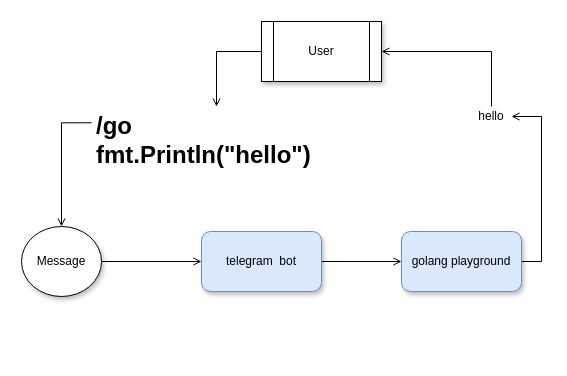
Above: golangbot.drawio in abserari/draw.io (draw.io), before the change. Source tidied: cells renumbered, new cells numbered last; positions are measured from the earlier drawing's top-left corner, leaving out a move shared by most shapes. Both pictures are drawn from the tidied source at 100%, with x=0, y=0 at pixel (21, 21).
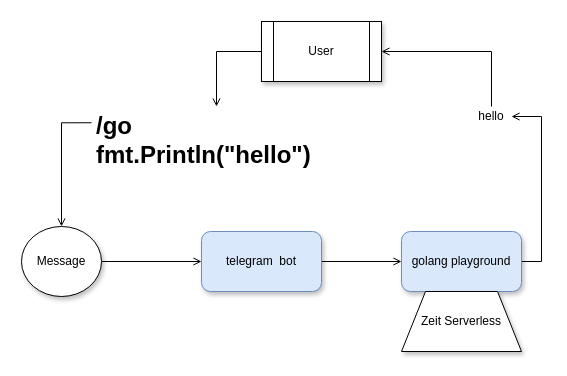
The same diagram, later.

Change to the diagram source:
```diff
@@
 <mxGraphModel>
   <root>
     <mxCell id="0" />
     <mxCell id="1" parent="0" />
     <mxCell id="2" style="edgeStyle=orthogonalEdgeStyle;rounded=0;jettySize=auto;html=1;endArrow=open;endFill=0;" parent="1" edge="1" source="3" target="5">
       <mxGeometry relative="1" as="geometry" />
     </mxCell>
     <mxCell id="3" value="telegram&amp;nbsp; bot" style="rounded=1;whiteSpace=wrap;html=1;fillColor=#dae8fc;strokeColor=#6c8ebf;shadow=1;comic=0;" parent="1" vertex="1">
       <mxGeometry x="180" y="210" width="120" height="60" as="geometry" />
     </mxCell>
     <mxCell id="4" style="edgeStyle=orthogonalEdgeStyle;rounded=0;jettySize=auto;html=1;exitX=1;exitY=0.5;exitDx=0;exitDy=0;endArrow=open;endFill=0;entryX=1;entryY=0.5;entryDx=0;entryDy=0;" parent="1" edge="1" source="5" target="13">
       <mxGeometry relative="1" as="geometry" />
     </mxCell>
     <mxCell id="5" value="golang playground" style="rounded=1;whiteSpace=wrap;html=1;fillColor=#dae8fc;strokeColor=#6c8ebf;shadow=1;comic=0;" parent="1" vertex="1">
       <mxGeometry x="380" y="210" width="120" height="60" as="geometry" />
     </mxCell>
     <mxCell id="6" style="edgeStyle=orthogonalEdgeStyle;rounded=0;jettySize=auto;html=1;exitX=1;exitY=0.5;exitDx=0;exitDy=0;entryX=0;entryY=0.5;entryDx=0;entryDy=0;endArrow=open;endFill=0;" parent="1" edge="1" source="7" target="3">
       <mxGeometry relative="1" as="geometry" />
     </mxCell>
     <mxCell id="7" value="Message" style="ellipse;whiteSpace=wrap;html=1;shadow=1;comic=0;" parent="1" vertex="1">
       <mxGeometry y="205" width="80" height="70" as="geometry" />
     </mxCell>
     <mxCell id="8" style="edgeStyle=orthogonalEdgeStyle;rounded=0;jettySize=auto;html=1;exitX=0;exitY=0.25;exitDx=0;exitDy=0;entryX=0.5;entryY=0;entryDx=0;entryDy=0;endArrow=open;endFill=0;" parent="1" edge="1" source="9" target="7">
       <mxGeometry relative="1" as="geometry" />
     </mxCell>
     <mxCell id="9" value="&lt;h1&gt;/go fmt.Println(&quot;hello&quot;)&lt;/h1&gt;" style="text;html=1;strokeColor=none;fillColor=none;spacing=5;spacingTop=-20;whiteSpace=wrap;overflow=hidden;rounded=0;shadow=1;comic=0;" parent="1" vertex="1">
       <mxGeometry x="70" y="85" width="250" height="65" as="geometry" />
     </mxCell>
     <mxCell id="10" style="edgeStyle=orthogonalEdgeStyle;rounded=0;jettySize=auto;html=1;exitX=0;exitY=0.5;exitDx=0;exitDy=0;entryX=0.5;entryY=0;entryDx=0;entryDy=0;endArrow=open;endFill=0;" parent="1" edge="1" source="11" target="9">
       <mxGeometry relative="1" as="geometry" />
     </mxCell>
     <mxCell id="11" value="User" style="shape=process;whiteSpace=wrap;html=1;backgroundOutline=1;shadow=1;comic=0;" parent="1" vertex="1">
       <mxGeometry x="240" width="120" height="60" as="geometry" />
     </mxCell>
     <mxCell id="12" style="edgeStyle=orthogonalEdgeStyle;rounded=0;jettySize=auto;html=1;exitX=0.5;exitY=0;exitDx=0;exitDy=0;entryX=1;entryY=0.5;entryDx=0;entryDy=0;endArrow=open;endFill=0;" parent="1" edge="1" source="13" target="11">
       <mxGeometry relative="1" as="geometry" />
     </mxCell>
     <mxCell id="13" value="hello" style="text;html=1;strokeColor=none;fillColor=none;align=center;verticalAlign=middle;whiteSpace=wrap;rounded=0;shadow=1;comic=0;" parent="1" vertex="1">
       <mxGeometry x="450" y="85" width="40" height="20" as="geometry" />
     </mxCell>
+    <mxCell id="14" value="Zeit Serverless" style="shape=trapezoid;perimeter=trapezoidPerimeter;whiteSpace=wrap;html=1;shadow=1;comic=0;" parent="1" vertex="1">
+      <mxGeometry x="380" y="270" width="120" height="60" as="geometry" />
+    </mxCell>
   </root>
 </mxGraphModel>
```
